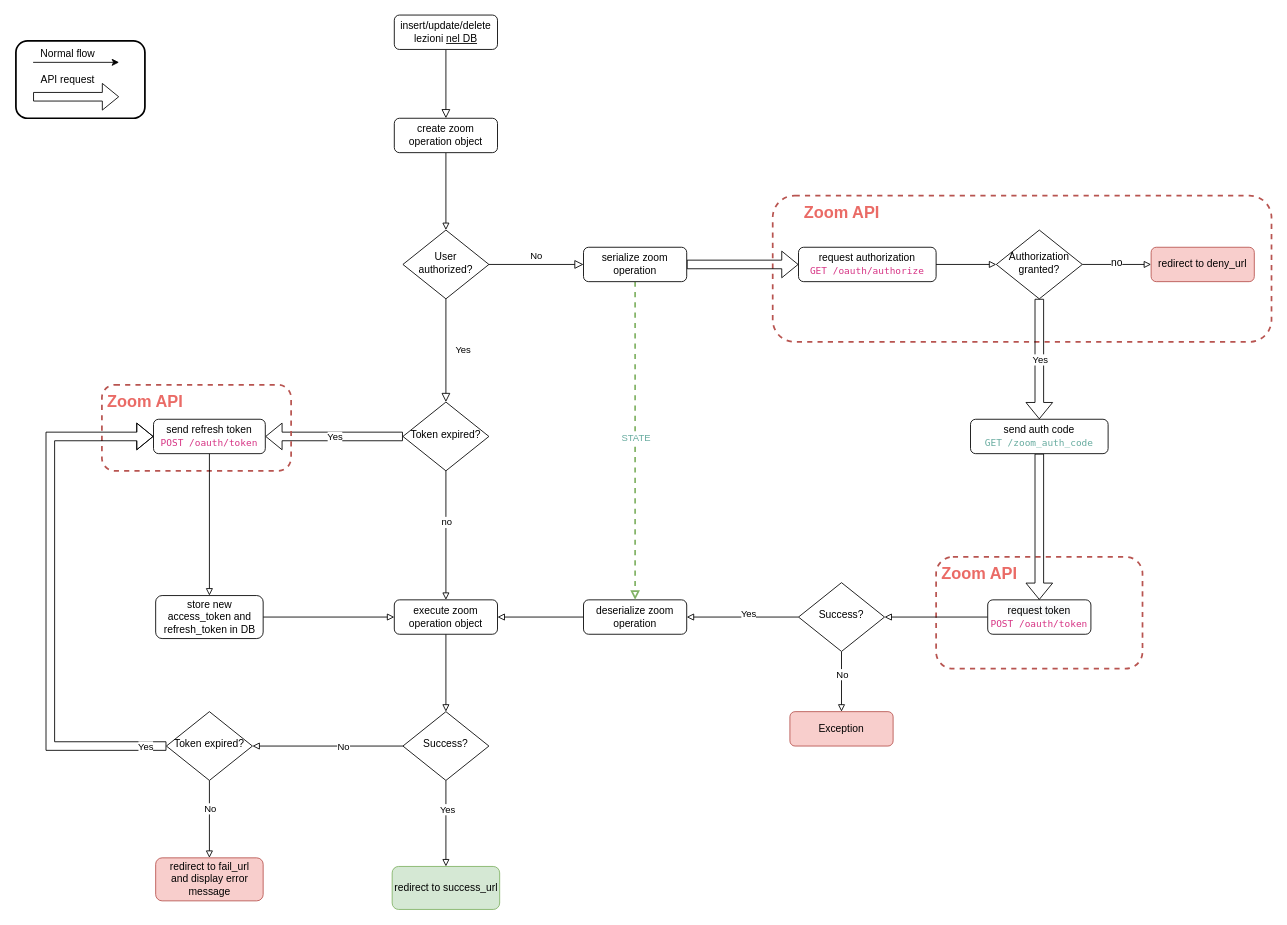
Above: docs/zoomFlow.drawio in nicolamarizza/DbProject (draw.io), before the change. Source tidied: cells renumbered, new cells numbered last; positions are measured from the earlier drawing's top-left corner, leaving out a move shared by most shapes. Both pictures are drawn from the tidied source at 86%, with x=0, y=0 at pixel (15, 15).
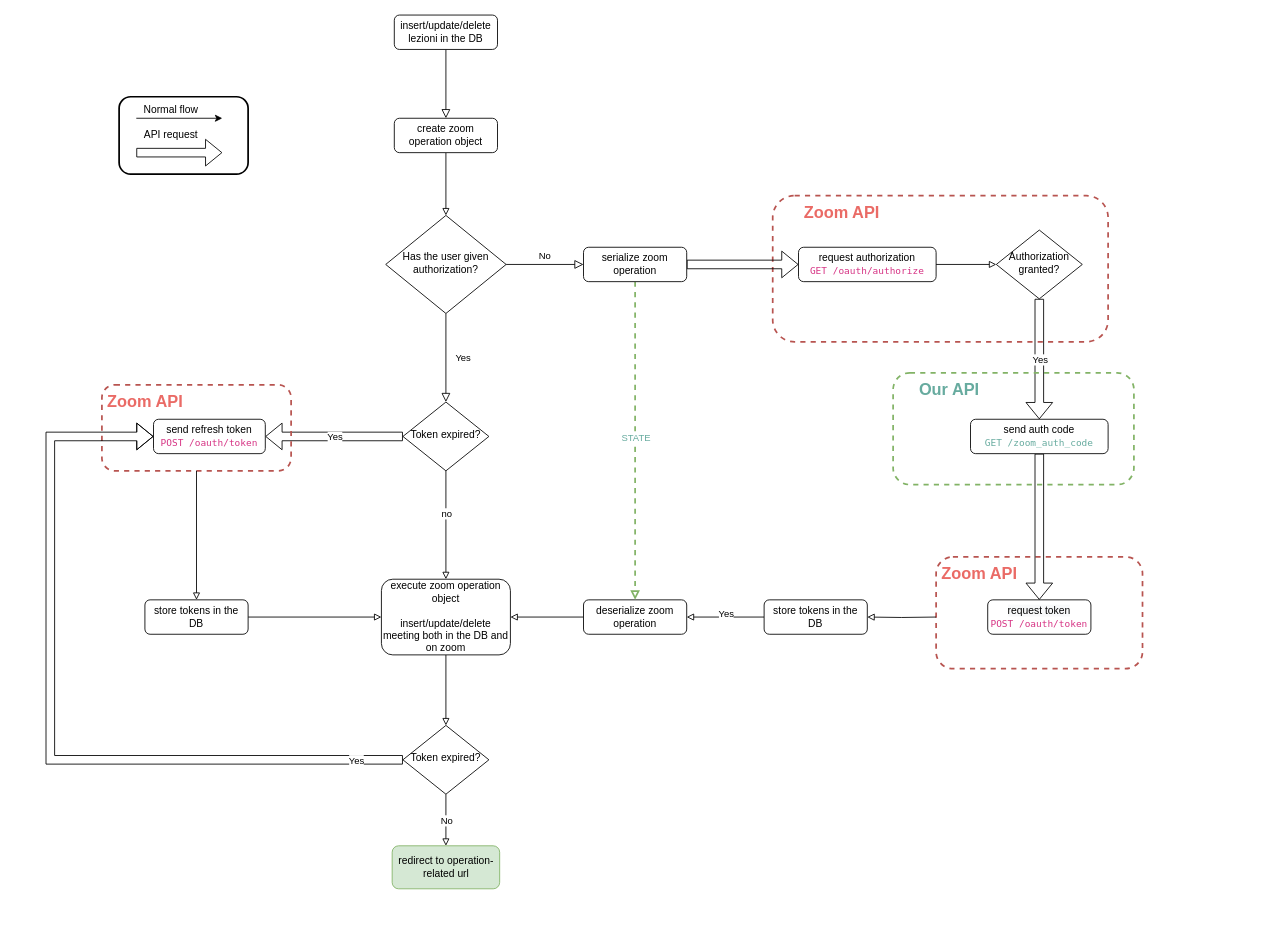
Above is the later version.

Commit message (it also covers changes not shown here):
Zoom flow

Unchanged cells that the change refers to:
```xml
<mxCell id="18" value="Authorization&lt;br&gt;granted?" style="rhombus;whiteSpace=wrap;html=1;shadow=0;fontFamily=Helvetica;fontSize=12;align=center;strokeWidth=1;spacing=6;spacingTop=-4;" parent="1" vertex="1">
  <mxGeometry x="1140" y="250" width="100" height="80" as="geometry" />
</mxCell>
<mxCell id="26" value="deserialize zoom operation" style="rounded=1;whiteSpace=wrap;html=1;fontSize=12;glass=0;strokeWidth=1;shadow=0;" parent="1" vertex="1">
  <mxGeometry x="660" y="680" width="120" height="40" as="geometry" />
</mxCell>
<mxCell id="28" value="&lt;div style=&quot;text-align: center;&quot;&gt;&lt;span style=&quot;text-align: start; background-color: rgb(248, 249, 250);&quot;&gt;request token&lt;/span&gt;&lt;/div&gt;&lt;div style=&quot;text-align: center;&quot;&gt;&lt;span style=&quot;color: rgb(214, 51, 132); font-family: SFMono-Regular, Menlo, Monaco, Consolas, &amp;quot;Liberation Mono&amp;quot;, &amp;quot;Courier New&amp;quot;, monospace; font-size: 11px; text-align: start; background-color: rgb(255, 255, 255);&quot;&gt;POST /oauth/token&lt;/span&gt;&lt;br&gt;&lt;/div&gt;" style="rounded=1;whiteSpace=wrap;html=1;fontSize=12;glass=0;strokeWidth=1;shadow=0;" parent="1" vertex="1">
  <mxGeometry x="1130" y="680" width="120" height="40" as="geometry" />
</mxCell>
<mxCell id="46" style="rounded=1;whiteSpace=wrap;html=1;fillColor=none;dashed=1;strokeColor=#b85450;strokeWidth=2;" parent="1" vertex="1">
  <mxGeometry x="100" y="430" width="220" height="100" as="geometry" />
</mxCell>
<mxCell id="48" value="&lt;div style=&quot;text-align: center;&quot;&gt;&lt;span style=&quot;text-align: start;&quot;&gt;send refresh token&lt;/span&gt;&lt;br&gt;&lt;/div&gt;&lt;span style=&quot;color: rgb(214, 51, 132); font-family: SFMono-Regular, Menlo, Monaco, Consolas, &amp;quot;Liberation Mono&amp;quot;, &amp;quot;Courier New&amp;quot;, monospace; font-size: 11px; text-align: start; background-color: rgb(255, 255, 255);&quot;&gt;POST&amp;nbsp;&lt;/span&gt;&lt;span style=&quot;background-color: rgb(255, 255, 255); color: rgb(214, 51, 132); font-family: SFMono-Regular, Menlo, Monaco, Consolas, &amp;quot;Liberation Mono&amp;quot;, &amp;quot;Courier New&amp;quot;, monospace; font-size: 11px; text-align: start;&quot;&gt;/oauth/token&lt;/span&gt;&lt;span style=&quot;color: rgb(214, 51, 132); font-family: SFMono-Regular, Menlo, Monaco, Consolas, &amp;quot;Liberation Mono&amp;quot;, &amp;quot;Courier New&amp;quot;, monospace; font-size: 11px; text-align: start; background-color: rgb(255, 255, 255);&quot;&gt;&lt;br&gt;&lt;/span&gt;" style="rounded=1;whiteSpace=wrap;html=1;fontSize=12;glass=0;strokeWidth=1;shadow=0;" parent="1" vertex="1">
  <mxGeometry x="160" y="470" width="130" height="40" as="geometry" />
</mxCell>
```

Diff of the diagram source:
```diff
@@
     <mxCell id="2" style="rounded=1;whiteSpace=wrap;html=1;fontColor=#000000;strokeWidth=2;fillColor=none;" parent="1" vertex="1">
-      <mxGeometry y="30" width="150" height="90" as="geometry" />
+      <mxGeometry x="120" y="95" width="150" height="90" as="geometry" />
     </mxCell>
@@
     <mxCell id="4" style="rounded=1;whiteSpace=wrap;html=1;fillColor=none;dashed=1;strokeColor=#b85450;strokeWidth=2;" parent="1" vertex="1">
-      <mxGeometry x="880" y="210" width="580" height="170" as="geometry" />
+      <mxGeometry x="880" y="210" width="390" height="170" as="geometry" />
     </mxCell>
@@
-    <mxCell id="6" value="insert/update/delete&lt;br&gt;lezioni &lt;u&gt;nel DB&lt;/u&gt;" style="rounded=1;whiteSpace=wrap;html=1;fontSize=12;glass=0;strokeWidth=1;shadow=0;" parent="1" vertex="1">
+    <mxCell id="6" value="insert/update/delete&lt;br&gt;lezioni in the DB" style="rounded=1;whiteSpace=wrap;html=1;fontSize=12;glass=0;strokeWidth=1;shadow=0;" parent="1" vertex="1">
       <mxGeometry x="440" width="120" height="40" as="geometry" />
     </mxCell>
@@
-    <mxCell id="9" value="User authorized?" style="rhombus;whiteSpace=wrap;html=1;shadow=0;fontFamily=Helvetica;fontSize=12;align=center;strokeWidth=1;spacing=6;spacingTop=-4;" parent="1" vertex="1">
-      <mxGeometry x="450" y="250" width="100" height="80" as="geometry" />
+    <mxCell id="9" value="Has the user given authorization?" style="rhombus;whiteSpace=wrap;html=1;shadow=0;fontFamily=Helvetica;fontSize=12;align=center;strokeWidth=1;spacing=6;spacingTop=-4;" parent="1" vertex="1">
+      <mxGeometry x="430" y="233" width="140" height="114" as="geometry" />
     </mxCell>
@@
-    <mxCell id="13" style="edgeStyle=orthogonalEdgeStyle;rounded=0;jettySize=auto;html=1;entryX=0;entryY=0.5;entryDx=0;entryDy=0;fontSize=11;fontColor=#67AB9F;endArrow=block;endFill=0;exitX=1;exitY=0.5;exitDx=0;exitDy=0;" parent="1" edge="1" source="50" target="31">
+    <mxCell id="13" style="edgeStyle=orthogonalEdgeStyle;rounded=0;jettySize=auto;html=1;entryX=0;entryY=0.5;entryDx=0;entryDy=0;fontSize=11;fontColor=#67AB9F;endArrow=block;endFill=0;exitX=1;exitY=0.5;exitDx=0;exitDy=0;" parent="1" edge="1" source="70" target="31">
       <mxGeometry relative="1" as="geometry" />
     </mxCell>
@@
-    <mxCell id="19" value="&lt;div style=&quot;text-align: start;&quot;&gt;redirect to deny_url&lt;/div&gt;" style="rounded=1;whiteSpace=wrap;html=1;fontSize=12;glass=0;strokeWidth=1;shadow=0;fillColor=#f8cecc;strokeColor=#b85450;" parent="1" vertex="1">
-      <mxGeometry x="1320" y="270" width="120" height="40" as="geometry" />
-    </mxCell>
@@
-    <mxCell id="23" style="edgeStyle=orthogonalEdgeStyle;rounded=0;jettySize=auto;html=1;exitX=1;exitY=0.5;exitDx=0;exitDy=0;fontSize=12;fontColor=#000000;endArrow=block;endFill=0;entryX=0;entryY=0.5;entryDx=0;entryDy=0;" parent="1" edge="1" source="18" target="19">
-      <mxGeometry relative="1" as="geometry" />
-    </mxCell>
-    <mxCell id="24" value="no" style="edgeLabel;html=1;align=center;verticalAlign=middle;fontSize=12;fontColor=#000000;" parent="23" vertex="1">
-      <mxGeometry x="-0.25" y="3" relative="1" as="geometry">
-        <mxPoint x="9" as="offset" />
-      </mxGeometry>
-    </mxCell>
@@
-    <mxCell id="27" style="edgeStyle=orthogonalEdgeStyle;rounded=0;jettySize=auto;html=1;exitX=0;exitY=0.5;exitDx=0;exitDy=0;fontColor=#67AB9F;endArrow=block;endFill=0;entryX=1;entryY=0.5;entryDx=0;entryDy=0;" parent="1" edge="1" source="28" target="41">
-      <mxGeometry relative="1" as="geometry" />
+    <mxCell id="27" style="edgeStyle=orthogonalEdgeStyle;rounded=0;jettySize=auto;html=1;fontColor=#67AB9F;endArrow=block;endFill=0;entryX=1;entryY=0.5;entryDx=0;entryDy=0;" parent="1" edge="1" target="69">
+      <mxGeometry relative="1" as="geometry">
+        <mxPoint x="1070" y="700" as="sourcePoint" />
+      </mxGeometry>
     </mxCell>
@@
-    <mxCell id="30" style="edgeStyle=orthogonalEdgeStyle;rounded=0;jettySize=auto;html=1;exitX=0.5;exitY=1;exitDx=0;exitDy=0;entryX=0.5;entryY=0;entryDx=0;entryDy=0;fontColor=#000000;endArrow=block;endFill=0;strokeWidth=1;" parent="1" edge="1" source="31" target="60">
+    <mxCell id="30" style="edgeStyle=orthogonalEdgeStyle;rounded=0;jettySize=auto;html=1;exitX=0.5;exitY=1;exitDx=0;exitDy=0;entryX=0.5;entryY=0;entryDx=0;entryDy=0;fontColor=#000000;endArrow=block;endFill=0;strokeWidth=1;" parent="1" edge="1" source="31" target="55">
       <mxGeometry relative="1" as="geometry" />
     </mxCell>
-    <mxCell id="31" value="execute zoom operation object" style="rounded=1;whiteSpace=wrap;html=1;fontSize=12;glass=0;strokeWidth=1;shadow=0;" parent="1" vertex="1">
-      <mxGeometry x="440" y="680" width="120" height="40" as="geometry" />
+    <mxCell id="31" value="execute zoom operation object&lt;br&gt;&lt;br&gt;insert/update/delete meeting both in the DB and on zoom" style="rounded=1;whiteSpace=wrap;html=1;fontSize=12;glass=0;strokeWidth=1;shadow=0;" parent="1" vertex="1">
+      <mxGeometry x="425" y="656" width="150" height="88" as="geometry" />
     </mxCell>
@@
-    <mxCell id="37" style="edgeStyle=orthogonalEdgeStyle;rounded=0;jettySize=auto;html=1;exitX=0;exitY=0.5;exitDx=0;exitDy=0;entryX=1;entryY=0.5;entryDx=0;entryDy=0;fontColor=#67AB9F;endArrow=block;endFill=0;" parent="1" edge="1" source="41" target="26">
+    <mxCell id="37" style="edgeStyle=orthogonalEdgeStyle;rounded=0;jettySize=auto;html=1;exitX=0;exitY=0.5;exitDx=0;exitDy=0;entryX=1;entryY=0.5;entryDx=0;entryDy=0;fontColor=#67AB9F;endArrow=block;endFill=0;" parent="1" edge="1" source="69" target="26">
       <mxGeometry relative="1" as="geometry" />
     </mxCell>
@@
-    <mxCell id="39" style="edgeStyle=orthogonalEdgeStyle;rounded=0;jettySize=auto;html=1;exitX=0.5;exitY=1;exitDx=0;exitDy=0;fontColor=#000000;endArrow=block;endFill=0;strokeWidth=1;entryX=0.5;entryY=0;entryDx=0;entryDy=0;" parent="1" edge="1" source="41" target="45">
-      <mxGeometry relative="1" as="geometry" />
-    </mxCell>
-    <mxCell id="40" value="No" style="edgeLabel;html=1;align=center;verticalAlign=middle;fontColor=#000000;" parent="39" vertex="1">
-      <mxGeometry x="-0.27" relative="1" as="geometry" />
-    </mxCell>
-    <mxCell id="41" value="Success?" style="rhombus;whiteSpace=wrap;html=1;shadow=0;fontFamily=Helvetica;fontSize=12;align=center;strokeWidth=1;spacing=6;spacingTop=-4;" parent="1" vertex="1">
-      <mxGeometry x="910" y="660" width="100" height="80" as="geometry" />
-    </mxCell>
@@
-    <mxCell id="45" value="Exception" style="rounded=1;whiteSpace=wrap;html=1;fontSize=12;glass=0;strokeWidth=1;shadow=0;fillColor=#f8cecc;strokeColor=#b85450;" parent="1" vertex="1">
-      <mxGeometry x="900" y="810" width="120" height="40" as="geometry" />
-    </mxCell>
@@
-    <mxCell id="47" style="edgeStyle=orthogonalEdgeStyle;rounded=0;jettySize=auto;html=1;exitX=0.5;exitY=1;exitDx=0;exitDy=0;fontColor=#000000;endArrow=block;endFill=0;strokeWidth=1;entryX=0.5;entryY=0;entryDx=0;entryDy=0;" parent="1" edge="1" source="48" target="50">
+    <mxCell id="47" style="edgeStyle=orthogonalEdgeStyle;rounded=0;jettySize=auto;html=1;exitX=0.5;exitY=1;exitDx=0;exitDy=0;fontColor=#000000;endArrow=block;endFill=0;strokeWidth=1;entryX=0.5;entryY=0;entryDx=0;entryDy=0;" parent="1" edge="1" source="46" target="70">
       <mxGeometry relative="1" as="geometry" />
     </mxCell>
@@
-    <mxCell id="50" value="store new access_token and refresh_token in DB" style="rounded=1;whiteSpace=wrap;html=1;fontSize=12;glass=0;strokeWidth=1;shadow=0;" parent="1" vertex="1">
-      <mxGeometry x="162.5" y="675" width="125" height="50" as="geometry" />
-    </mxCell>
     <mxCell id="51" style="edgeStyle=orthogonalEdgeStyle;rounded=0;jettySize=auto;html=1;exitX=0;exitY=0.5;exitDx=0;exitDy=0;entryX=0;entryY=0.5;entryDx=0;entryDy=0;fontColor=#000000;endArrow=block;endFill=0;strokeWidth=1;shape=flexArrow;" parent="1" edge="1" source="55" target="48">
       <mxGeometry relative="1" as="geometry">
         <Array as="points">
-          <mxPoint x="40" y="850" />
+          <mxPoint x="40" y="866" />
           <mxPoint x="40" y="490" />
         </Array>
       </mxGeometry>
     </mxCell>
@@
-    <mxCell id="53" style="edgeStyle=orthogonalEdgeStyle;rounded=0;jettySize=auto;html=1;exitX=0.5;exitY=1;exitDx=0;exitDy=0;fontColor=#000000;endArrow=block;endFill=0;strokeWidth=1;entryX=0.5;entryY=0;entryDx=0;entryDy=0;" parent="1" edge="1" source="55" target="61">
+    <mxCell id="53" style="edgeStyle=orthogonalEdgeStyle;rounded=0;jettySize=auto;html=1;exitX=0.5;exitY=1;exitDx=0;exitDy=0;fontColor=#000000;endArrow=block;endFill=0;strokeWidth=1;entryX=0.5;entryY=0;entryDx=0;entryDy=0;" parent="1" edge="1" source="55" target="62">
       <mxGeometry relative="1" as="geometry" />
     </mxCell>
     <mxCell id="54" value="No" style="edgeLabel;html=1;align=center;verticalAlign=middle;fontColor=#000000;" parent="53" vertex="1">
-      <mxGeometry x="-0.29" relative="1" as="geometry" />
+      <mxGeometry x="-0.29" relative="1" as="geometry">
+        <mxPoint y="9" as="offset" />
+      </mxGeometry>
     </mxCell>
     <mxCell id="55" value="Token expired?" style="rhombus;whiteSpace=wrap;html=1;shadow=0;fontFamily=Helvetica;fontSize=12;align=center;strokeWidth=1;spacing=6;spacingTop=-4;" parent="1" vertex="1">
-      <mxGeometry x="175" y="810" width="100" height="80" as="geometry" />
+      <mxGeometry x="450" y="826" width="100" height="80" as="geometry" />
     </mxCell>
-    <mxCell id="56" style="edgeStyle=orthogonalEdgeStyle;rounded=0;jettySize=auto;html=1;exitX=0;exitY=0.5;exitDx=0;exitDy=0;entryX=1;entryY=0.5;entryDx=0;entryDy=0;fontColor=#000000;endArrow=block;endFill=0;strokeWidth=1;" parent="1" edge="1" source="60" target="55">
-      <mxGeometry relative="1" as="geometry" />
-    </mxCell>
-    <mxCell id="57" value="No" style="edgeLabel;html=1;align=center;verticalAlign=middle;fontColor=#000000;" parent="56" vertex="1">
-      <mxGeometry x="-0.37" relative="1" as="geometry">
-        <mxPoint x="-15" as="offset" />
-      </mxGeometry>
-    </mxCell>
-    <mxCell id="58" style="edgeStyle=orthogonalEdgeStyle;rounded=0;jettySize=auto;html=1;exitX=0.5;exitY=1;exitDx=0;exitDy=0;fontColor=#000000;endArrow=block;endFill=0;strokeWidth=1;entryX=0.5;entryY=0;entryDx=0;entryDy=0;" parent="1" edge="1" source="60" target="62">
-      <mxGeometry relative="1" as="geometry" />
-    </mxCell>
-    <mxCell id="59" value="Yes" style="edgeLabel;html=1;align=center;verticalAlign=middle;fontColor=#000000;" parent="58" vertex="1">
-      <mxGeometry x="-0.34" y="1" relative="1" as="geometry" />
-    </mxCell>
-    <mxCell id="60" value="Success?" style="rhombus;whiteSpace=wrap;html=1;shadow=0;fontFamily=Helvetica;fontSize=12;align=center;strokeWidth=1;spacing=6;spacingTop=-4;" parent="1" vertex="1">
-      <mxGeometry x="450" y="810" width="100" height="80" as="geometry" />
-    </mxCell>
-    <mxCell id="61" value="redirect to fail_url&lt;br&gt;and display error message" style="rounded=1;whiteSpace=wrap;html=1;fontSize=12;glass=0;strokeWidth=1;shadow=0;fillColor=#f8cecc;strokeColor=#b85450;" parent="1" vertex="1">
-      <mxGeometry x="162.5" y="980" width="125" height="50" as="geometry" />
-    </mxCell>
-    <mxCell id="62" value="redirect to success_url" style="rounded=1;whiteSpace=wrap;html=1;fontSize=12;glass=0;strokeWidth=1;shadow=0;fillColor=#d5e8d4;strokeColor=#82b366;" parent="1" vertex="1">
-      <mxGeometry x="437.5" y="990" width="125" height="50" as="geometry" />
+    <mxCell id="62" value="redirect to operation-related url" style="rounded=1;whiteSpace=wrap;html=1;fontSize=12;glass=0;strokeWidth=1;shadow=0;fillColor=#d5e8d4;strokeColor=#82b366;" parent="1" vertex="1">
+      <mxGeometry x="437.5" y="966" width="125" height="50" as="geometry" />
     </mxCell>
     <mxCell id="63" style="endArrow=classic;html=1;rounded=0;fontColor=#000000;strokeWidth=1;" parent="1" edge="1">
       <mxGeometry relative="1" as="geometry">
-        <mxPoint x="20" y="55" as="sourcePoint" />
-        <mxPoint x="120" y="55" as="targetPoint" />
+        <mxPoint x="140" y="120" as="sourcePoint" />
+        <mxPoint x="240" y="120" as="targetPoint" />
       </mxGeometry>
     </mxCell>
     <mxCell id="64" value="Normal flow" style="text;html=1;align=center;verticalAlign=middle;strokeColor=none;fillColor=none;fontColor=#000000;" parent="1" vertex="1">
-      <mxGeometry x="20" y="35" width="80" height="20" as="geometry" />
+      <mxGeometry x="140" y="100" width="80" height="20" as="geometry" />
     </mxCell>
     <mxCell id="65" style="endArrow=classic;html=1;rounded=0;fontColor=#000000;strokeWidth=1;shape=flexArrow;" parent="1" edge="1">
       <mxGeometry relative="1" as="geometry">
-        <mxPoint x="20" y="95" as="sourcePoint" />
-        <mxPoint x="120" y="95" as="targetPoint" />
+        <mxPoint x="140" y="160" as="sourcePoint" />
+        <mxPoint x="240" y="160" as="targetPoint" />
       </mxGeometry>
     </mxCell>
     <mxCell id="66" value="API request" style="text;html=1;align=center;verticalAlign=middle;strokeColor=none;fillColor=none;fontColor=#000000;" parent="1" vertex="1">
-      <mxGeometry x="20" y="65" width="80" height="20" as="geometry" />
+      <mxGeometry x="140" y="130" width="80" height="20" as="geometry" />
     </mxCell>
+    <mxCell id="67" style="rounded=1;whiteSpace=wrap;html=1;fillColor=none;dashed=1;strokeColor=#82b366;strokeWidth=2;" parent="1" vertex="1">
+      <mxGeometry x="1020" y="416" width="280" height="130" as="geometry" />
+    </mxCell>
+    <mxCell id="68" value="&lt;b style=&quot;font-size: 19px;&quot;&gt;&lt;font color=&quot;#67ab9f&quot;&gt;Our API&lt;/font&gt;&lt;/b&gt;" style="text;html=1;align=center;verticalAlign=middle;strokeColor=none;fillColor=none;" parent="1" vertex="1">
+      <mxGeometry x="1040" y="426" width="90" height="20" as="geometry" />
+    </mxCell>
+    <mxCell id="69" value="store tokens in the DB" style="rounded=1;whiteSpace=wrap;html=1;fontSize=12;glass=0;strokeWidth=1;shadow=0;" parent="1" vertex="1">
+      <mxGeometry x="870" y="680" width="120" height="40" as="geometry" />
+    </mxCell>
+    <mxCell id="70" value="store tokens in the DB" style="rounded=1;whiteSpace=wrap;html=1;fontSize=12;glass=0;strokeWidth=1;shadow=0;" parent="1" vertex="1">
+      <mxGeometry x="150" y="680" width="120" height="40" as="geometry" />
+    </mxCell>
```
